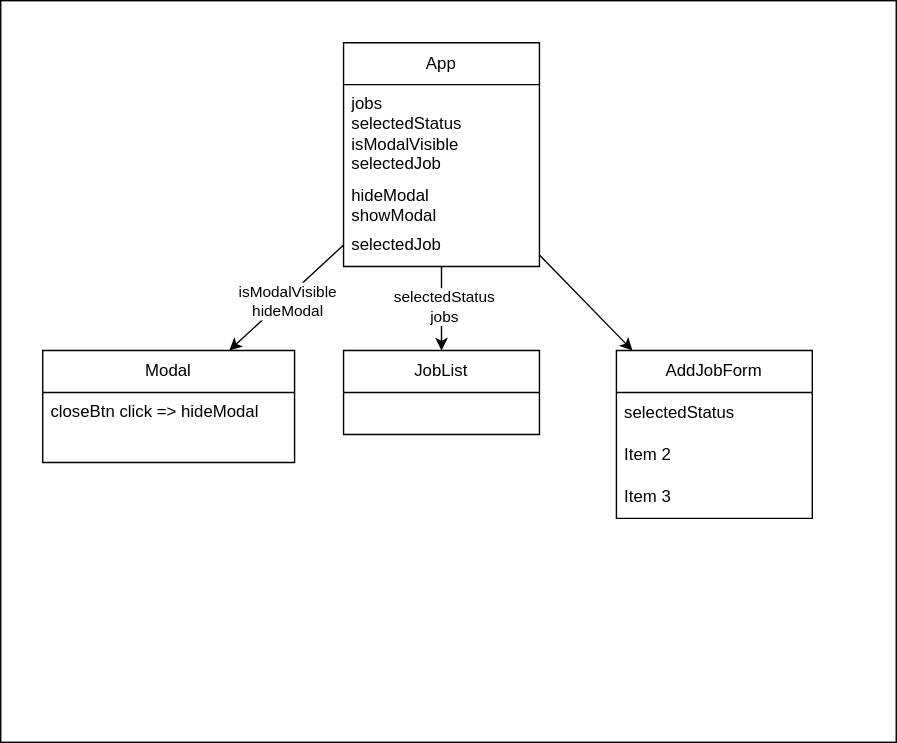
The draw.io diagram day11-react-forms-and-lifting-state/component-diagram.drawio.svg in CSI-Tech-Talent-Pipeline/Summer-2023-preinternship, before a commit. Source tidied: cells renumbered, new cells last; positions are measured from the earlier drawing's top-left corner, leaving out a move shared by most shapes.
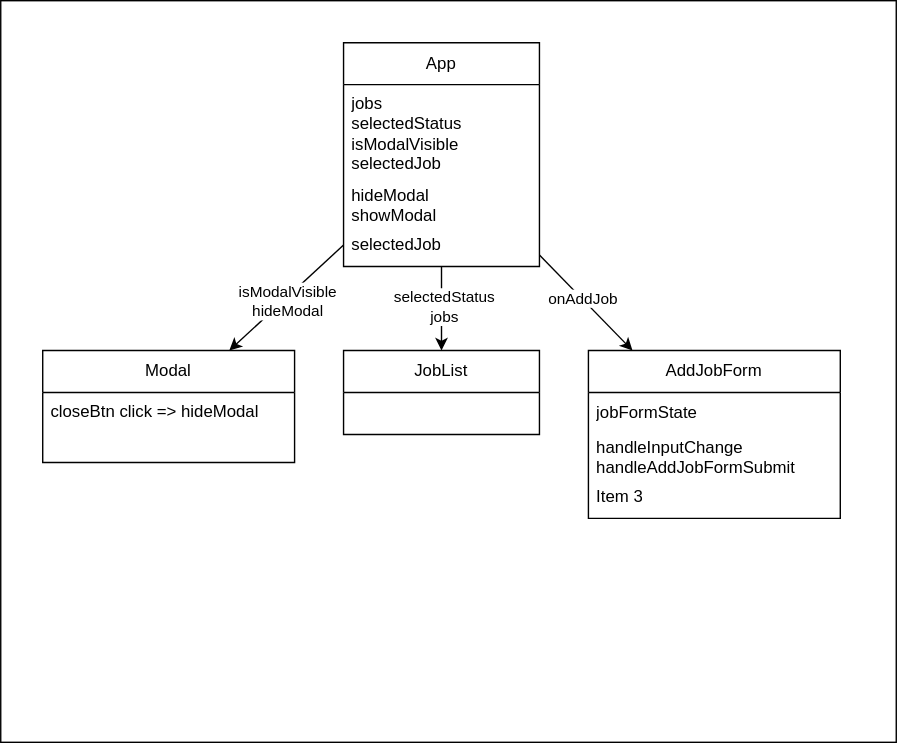
The same file after the commit.

Diff of the diagram source:
```diff
@@ -14,6 +14,9 @@
     <mxCell id="5" style="edgeStyle=none;html=1;" parent="1" edge="1" source="8" target="13">
       <mxGeometry relative="1" as="geometry" />
     </mxCell>
+    <mxCell id="19" value="onAddJob" style="edgeLabel;html=1;align=center;verticalAlign=middle;" parent="5" vertex="1">
+      <mxGeometry x="-0.1" relative="1" as="geometry" />
+    </mxCell>
     <mxCell id="6" style="edgeStyle=none;html=1;" parent="1" edge="1" source="8" target="17">
       <mxGeometry relative="1" as="geometry" />
     </mxCell>
@@ -36,16 +39,16 @@
       <mxGeometry x="245" y="250" width="140" height="60" as="geometry" />
     </mxCell>
     <mxCell id="13" value="AddJobForm" style="swimlane;fontStyle=0;horizontal=1;startSize=30;whiteSpace=wrap;html=1;" parent="1" vertex="1">
-      <mxGeometry x="440" y="250" width="140" height="120" as="geometry" />
+      <mxGeometry x="420" y="250" width="180" height="120" as="geometry" />
     </mxCell>
-    <mxCell id="14" value="selectedStatus" style="text;strokeColor=none;fillColor=none;align=left;verticalAlign=middle;spacingLeft=4;spacingRight=4;overflow=hidden;whiteSpace=wrap;html=1;" parent="13" vertex="1">
-      <mxGeometry y="30" width="140" height="30" as="geometry" />
+    <mxCell id="14" value="jobFormState" style="text;strokeColor=none;fillColor=none;align=left;verticalAlign=middle;spacingLeft=4;spacingRight=4;overflow=hidden;whiteSpace=wrap;html=1;" parent="13" vertex="1">
+      <mxGeometry y="30" width="180" height="30" as="geometry" />
     </mxCell>
-    <mxCell id="15" value="Item 2" style="text;strokeColor=none;fillColor=none;align=left;verticalAlign=middle;spacingLeft=4;spacingRight=4;overflow=hidden;whiteSpace=wrap;html=1;" parent="13" vertex="1">
-      <mxGeometry y="60" width="140" height="30" as="geometry" />
+    <mxCell id="15" value="handleInputChange&lt;br&gt;handleAddJobFormSubmit" style="text;strokeColor=none;fillColor=none;align=left;verticalAlign=middle;spacingLeft=4;spacingRight=4;overflow=hidden;whiteSpace=wrap;html=1;" parent="13" vertex="1">
+      <mxGeometry y="60" width="180" height="30" as="geometry" />
     </mxCell>
     <mxCell id="16" value="Item 3" style="text;strokeColor=none;fillColor=none;align=left;verticalAlign=middle;spacingLeft=4;spacingRight=4;overflow=hidden;whiteSpace=wrap;html=1;" parent="13" vertex="1">
-      <mxGeometry y="90" width="140" height="30" as="geometry" />
+      <mxGeometry y="90" width="180" height="30" as="geometry" />
     </mxCell>
     <mxCell id="17" value="Modal" style="swimlane;fontStyle=0;horizontal=1;startSize=30;whiteSpace=wrap;html=1;" parent="1" vertex="1">
       <mxGeometry x="30" y="250" width="180" height="80" as="geometry" />
```
